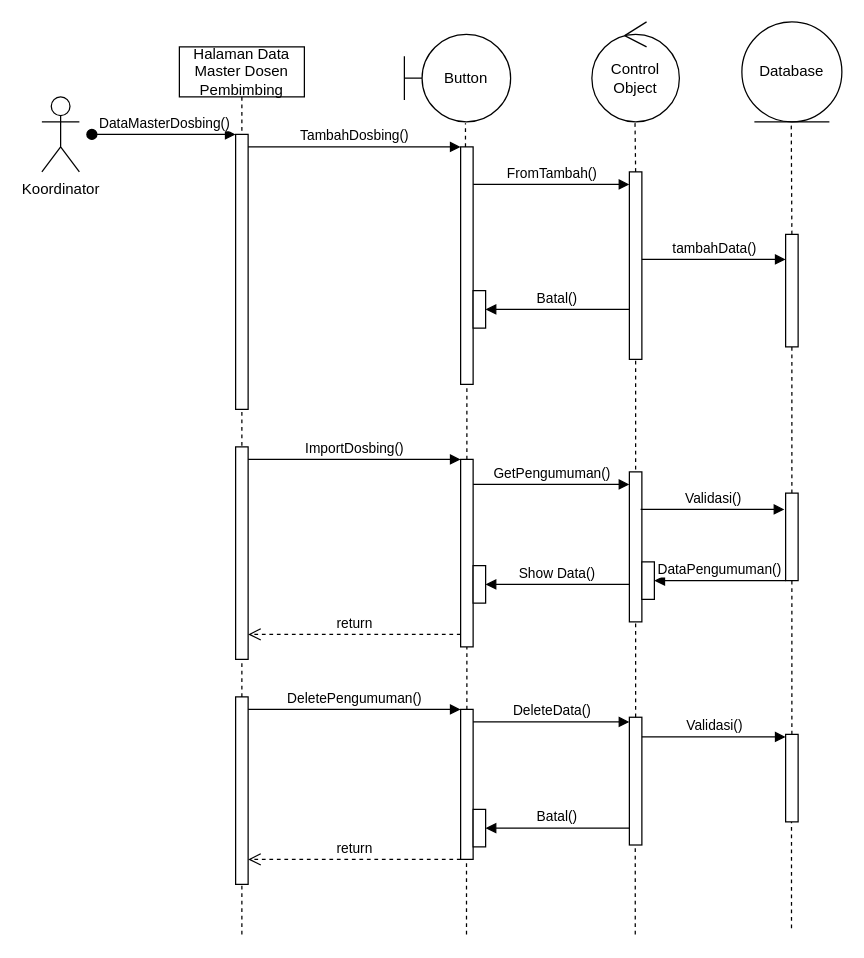
The draw.io diagram Website Bimbingan Online/Activity Diagram/Data Dosen Pembimbing.drawio in BagusCPaste/draw.io, before the edit. Source tidied: cells renumbered, new cells numbered last; positions are measured from the earlier drawing's top-left corner, leaving out a move shared by most shapes. Both pictures are drawn from the tidied source at 125%, with x=0, y=0 at pixel (41, 21).
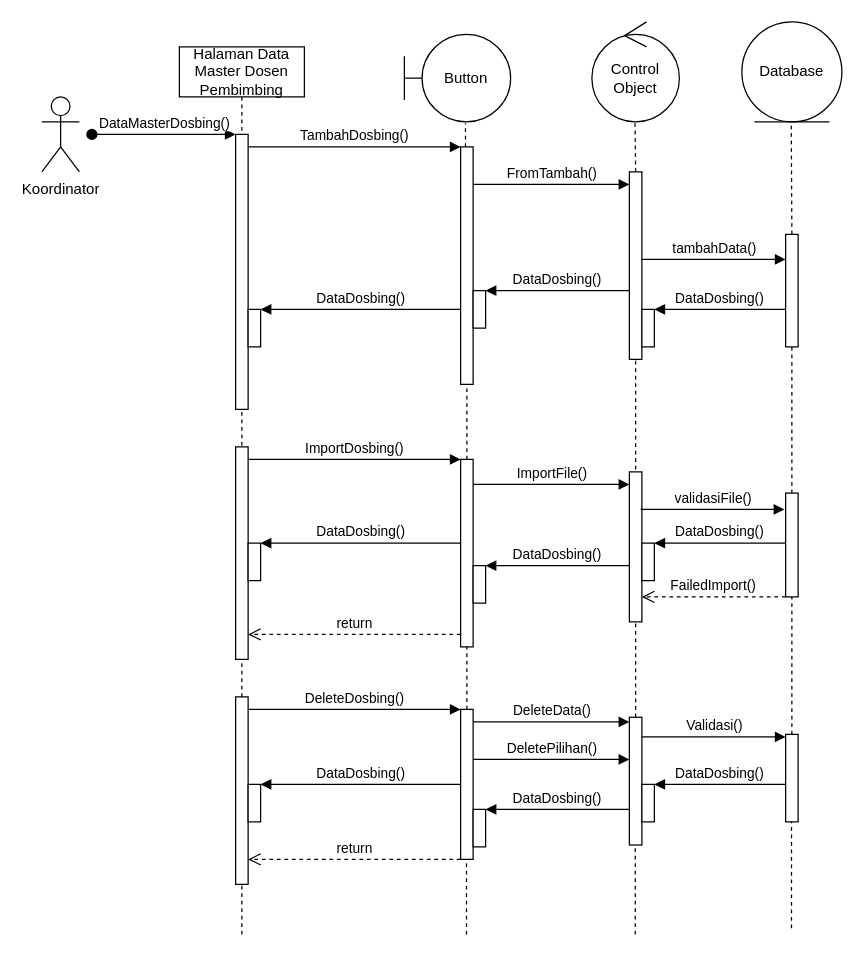
Above is the later version.

The change refers to these unchanged cells:
```xml
<mxCell id="2" value="Halaman Data Master Dosen Pembimbing" style="shape=umlLifeline;perimeter=lifelinePerimeter;whiteSpace=wrap;html=1;newEdgeStyle={&quot;edgeStyle&quot;:&quot;elbowEdgeStyle&quot;,&quot;elbow&quot;:&quot;vertical&quot;,&quot;curved&quot;:0,&quot;rounded&quot;:0};" parent="1" vertex="1">
  <mxGeometry x="110" y="20" width="100" height="370" as="geometry" />
</mxCell>
<mxCell id="7" style="group;" parent="1" vertex="1">
  <mxGeometry x="440" width="70" height="370" as="geometry" />
</mxCell>
<mxCell id="21" style="html=1;points=[];perimeter=orthogonalPerimeter;outlineConnect=0;targetShapes=umlLifeline;portConstraint=eastwest;newEdgeStyle={&quot;edgeStyle&quot;:&quot;elbowEdgeStyle&quot;,&quot;elbow&quot;:&quot;vertical&quot;,&quot;curved&quot;:0,&quot;rounded&quot;:0};" parent="1" vertex="1">
  <mxGeometry x="335" y="350" width="10" height="150" as="geometry" />
</mxCell>
<mxCell id="43" style="html=1;points=[[0,0,0,0,5],[0,1,0,0,-5],[1,0,0,0,5],[1,1,0,0,-5]];perimeter=orthogonalPerimeter;outlineConnect=0;targetShapes=umlLifeline;portConstraint=eastwest;newEdgeStyle={&quot;curved&quot;:0,&quot;rounded&quot;:0};" parent="1" vertex="1">
  <mxGeometry x="345" y="215" width="10" height="30" as="geometry" />
</mxCell>
<mxCell id="47" style="html=1;points=[[0,0,0,0,5],[0,1,0,0,-5],[1,0,0,0,5],[1,1,0,0,-5]];perimeter=orthogonalPerimeter;outlineConnect=0;targetShapes=umlLifeline;portConstraint=eastwest;newEdgeStyle={&quot;curved&quot;:0,&quot;rounded&quot;:0};" parent="1" vertex="1">
  <mxGeometry x="345" y="435" width="10" height="30" as="geometry" />
</mxCell>
```

What changed in the source:
```diff
@@
+    <mxCell id="58" value="DataDosbing()" style="html=1;verticalAlign=bottom;endArrow=block;edgeStyle=elbowEdgeStyle;elbow=horizontal;curved=0;rounded=0;" parent="2" edge="1">
+      <mxGeometry relative="1" as="geometry">
+        <mxPoint x="225" y="210" as="sourcePoint" />
+        <mxPoint x="65" y="210" as="targetPoint" />
+        <Array as="points">
+          <mxPoint x="140" y="210" />
+        </Array>
+      </mxGeometry>
+    </mxCell>
+    <mxCell id="59" style="html=1;perimeter=orthogonalPerimeter;targetShapes=umlLifeline;newEdgeStyle={&quot;curved&quot;:0,&quot;rounded&quot;:0};" parent="2" vertex="1">
+      <mxGeometry x="55" y="210" width="10" height="30" as="geometry" />
+    </mxCell>
@@
+    <mxCell id="60" value="DataDosbing()" style="html=1;verticalAlign=bottom;endArrow=block;edgeStyle=elbowEdgeStyle;elbow=vertical;curved=0;rounded=0;" parent="7" edge="1">
+      <mxGeometry relative="1" as="geometry">
+        <mxPoint x="155" y="230" as="sourcePoint" />
+        <mxPoint x="50" y="230" as="targetPoint" />
+        <Array as="points">
+          <mxPoint x="125" y="230" />
+        </Array>
+      </mxGeometry>
+    </mxCell>
+    <mxCell id="61" style="html=1;perimeter=orthogonalPerimeter;targetShapes=umlLifeline;newEdgeStyle={&quot;curved&quot;:0,&quot;rounded&quot;:0};" parent="7" vertex="1">
+      <mxGeometry x="40" y="230" width="10" height="30" as="geometry" />
+    </mxCell>
@@
-    <mxCell id="18" value="Batal()" style="html=1;verticalAlign=bottom;endArrow=block;edgeStyle=elbowEdgeStyle;elbow=horizontal;curved=0;rounded=0;" parent="1" edge="1" target="43">
+    <mxCell id="18" value="DataDosbing()" style="html=1;verticalAlign=bottom;endArrow=block;edgeStyle=elbowEdgeStyle;elbow=horizontal;curved=0;rounded=0;" parent="1" edge="1">
       <mxGeometry relative="1" as="geometry">
-        <mxPoint x="470" y="230" as="sourcePoint" />
+        <mxPoint x="470" y="215" as="sourcePoint" />
+        <mxPoint x="355" y="215" as="targetPoint" />
         <Array as="points">
-          <mxPoint x="430" y="230" />
+          <mxPoint x="430" y="215" />
         </Array>
       </mxGeometry>
     </mxCell>
@@
     <mxCell id="30" style="html=1;points=[[0,0,0,0,5],[0,1,0,0,-5],[1,0,0,0,5],[1,1,0,0,-5]];perimeter=orthogonalPerimeter;outlineConnect=0;targetShapes=umlLifeline;portConstraint=eastwest;newEdgeStyle={&quot;curved&quot;:0,&quot;rounded&quot;:0};" parent="1" vertex="1">
-      <mxGeometry x="595" y="377" width="10" height="70" as="geometry" />
+      <mxGeometry x="595" y="377" width="10" height="83" as="geometry" />
     </mxCell>
@@
-    <mxCell id="33" value="DeletePengumuman()" style="html=1;verticalAlign=bottom;endArrow=block;edgeStyle=elbowEdgeStyle;elbow=vertical;curved=0;rounded=0;" parent="1" edge="1">
+    <mxCell id="33" value="DeleteDosbing()" style="html=1;verticalAlign=bottom;endArrow=block;edgeStyle=elbowEdgeStyle;elbow=vertical;curved=0;rounded=0;" parent="1" edge="1">
       <mxGeometry relative="1" as="geometry">
         <mxPoint x="165" y="550" as="sourcePoint" />
         <mxPoint x="335" y="550" as="targetPoint" />
         <Array as="points">
           <mxPoint x="250" y="550" />
         </Array>
       </mxGeometry>
     </mxCell>
@@
-    <mxCell id="46" value="Show Data()" style="html=1;verticalAlign=bottom;endArrow=block;edgeStyle=elbowEdgeStyle;elbow=horizontal;curved=0;rounded=0;" parent="1" edge="1" target="47">
+    <mxCell id="46" value="DataDosbing()" style="html=1;verticalAlign=bottom;endArrow=block;edgeStyle=elbowEdgeStyle;elbow=horizontal;curved=0;rounded=0;" parent="1" edge="1">
       <mxGeometry relative="1" as="geometry">
-        <mxPoint x="470" y="450" as="sourcePoint" />
+        <mxPoint x="470" y="435" as="sourcePoint" />
+        <mxPoint x="355" y="435" as="targetPoint" />
         <Array as="points">
-          <mxPoint x="430" y="450" />
+          <mxPoint x="430" y="435" />
         </Array>
       </mxGeometry>
     </mxCell>
@@
-    <mxCell id="48" value="Batal()" style="html=1;verticalAlign=bottom;endArrow=block;edgeStyle=elbowEdgeStyle;elbow=vertical;curved=0;rounded=0;" parent="1" edge="1" target="49">
-      <mxGeometry relative="1" as="geometry">
-        <mxPoint x="470" y="645" as="sourcePoint" />
-        <Array as="points">
-          <mxPoint x="430" y="645" />
-        </Array>
-      </mxGeometry>
-    </mxCell>
-    <mxCell id="49" style="html=1;points=[[0,0,0,0,5],[0,1,0,0,-5],[1,0,0,0,5],[1,1,0,0,-5]];perimeter=orthogonalPerimeter;outlineConnect=0;targetShapes=umlLifeline;portConstraint=eastwest;newEdgeStyle={&quot;curved&quot;:0,&quot;rounded&quot;:0};" parent="1" vertex="1">
-      <mxGeometry x="345" y="630" width="10" height="30" as="geometry" />
-    </mxCell>
-    <mxCell id="50" value="DataPengumuman()" style="html=1;verticalAlign=bottom;endArrow=block;edgeStyle=elbowEdgeStyle;elbow=vertical;curved=0;rounded=0;" parent="1" edge="1" target="51">
+    <mxCell id="50" value="DataDosbing()" style="html=1;verticalAlign=bottom;endArrow=block;edgeStyle=elbowEdgeStyle;elbow=vertical;curved=0;rounded=0;" parent="1" edge="1">
       <mxGeometry relative="1" as="geometry">
-        <mxPoint x="595" y="447" as="sourcePoint" />
+        <mxPoint x="595" y="417" as="sourcePoint" />
+        <mxPoint x="490" y="417" as="targetPoint" />
         <Array as="points">
-          <mxPoint x="565" y="447" />
+          <mxPoint x="565" y="417" />
         </Array>
       </mxGeometry>
     </mxCell>
     <mxCell id="51" style="html=1;points=[[0,0,0,0,5],[0,1,0,0,-5],[1,0,0,0,5],[1,1,0,0,-5]];perimeter=orthogonalPerimeter;outlineConnect=0;targetShapes=umlLifeline;portConstraint=eastwest;newEdgeStyle={&quot;curved&quot;:0,&quot;rounded&quot;:0};" parent="1" vertex="1">
-      <mxGeometry x="480" y="432" width="10" height="30" as="geometry" />
+      <mxGeometry x="480" y="417" width="10" height="30" as="geometry" />
     </mxCell>
@@
-    <mxCell id="54" value="Validasi()" style="html=1;verticalAlign=bottom;endArrow=block;edgeStyle=elbowEdgeStyle;elbow=vertical;curved=0;rounded=0;" parent="1" edge="1">
+    <mxCell id="54" value="validasiFile()" style="html=1;verticalAlign=bottom;endArrow=block;edgeStyle=elbowEdgeStyle;elbow=vertical;curved=0;rounded=0;" parent="1" edge="1">
       <mxGeometry relative="1" as="geometry">
         <mxPoint x="479" y="390" as="sourcePoint" />
         <mxPoint x="594" y="390" as="targetPoint" />
         <Array as="points">
           <mxPoint x="562" y="390" />
         </Array>
       </mxGeometry>
     </mxCell>
-    <mxCell id="55" value="GetPengumuman()" style="html=1;verticalAlign=bottom;endArrow=block;edgeStyle=elbowEdgeStyle;elbow=vertical;curved=0;rounded=0;" parent="1" edge="1">
+    <mxCell id="55" value="ImportFile()" style="html=1;verticalAlign=bottom;endArrow=block;edgeStyle=elbowEdgeStyle;elbow=vertical;curved=0;rounded=0;" parent="1" edge="1">
       <mxGeometry relative="1" as="geometry">
         <mxPoint x="345" y="370" as="sourcePoint" />
         <mxPoint x="470" y="370" as="targetPoint" />
         <Array as="points">
           <mxPoint x="418" y="370" />
         </Array>
       </mxGeometry>
     </mxCell>
@@
-    <mxCell id="57" value="DeleteData()" style="html=1;verticalAlign=bottom;endArrow=block;edgeStyle=elbowEdgeStyle;elbow=horizontal;curved=0;rounded=0;" parent="1" edge="1">
+    <mxCell id="57" value="DeleteData()" style="html=1;verticalAlign=bottom;endArrow=block;edgeStyle=elbowEdgeStyle;elbow=vertical;curved=0;rounded=0;" parent="1" edge="1">
       <mxGeometry relative="1" as="geometry">
         <mxPoint x="345" y="560" as="sourcePoint" />
         <mxPoint x="470" y="560" as="targetPoint" />
         <Array as="points">
           <mxPoint x="418" y="560" />
         </Array>
       </mxGeometry>
     </mxCell>
+    <mxCell id="62" value="DataDosbing()" style="html=1;verticalAlign=bottom;endArrow=block;edgeStyle=elbowEdgeStyle;elbow=horizontal;curved=0;rounded=0;" parent="1" edge="1" source="21">
+      <mxGeometry relative="1" as="geometry">
+        <mxPoint x="175" y="417" as="targetPoint" />
+        <Array as="points">
+          <mxPoint x="250" y="417" />
+        </Array>
+      </mxGeometry>
+    </mxCell>
+    <mxCell id="63" style="html=1;perimeter=orthogonalPerimeter;targetShapes=umlLifeline;newEdgeStyle={&quot;curved&quot;:0,&quot;rounded&quot;:0};" parent="1" vertex="1">
+      <mxGeometry x="165" y="417" width="10" height="30" as="geometry" />
+    </mxCell>
+    <mxCell id="64" value="FailedImport()" style="html=1;verticalAlign=bottom;endArrow=open;dashed=1;endSize=8;edgeStyle=elbowEdgeStyle;elbow=vertical;curved=0;rounded=0;" parent="1" edge="1">
+      <mxGeometry relative="1" as="geometry">
+        <mxPoint x="595" y="460" as="sourcePoint" />
+        <mxPoint x="480" y="460" as="targetPoint" />
+      </mxGeometry>
+    </mxCell>
+    <mxCell id="65" value="DataDosbing()" style="html=1;verticalAlign=bottom;endArrow=block;edgeStyle=elbowEdgeStyle;elbow=horizontal;curved=0;rounded=0;" parent="1" edge="1">
+      <mxGeometry relative="1" as="geometry">
+        <mxPoint x="470" y="630" as="sourcePoint" />
+        <mxPoint x="355" y="630" as="targetPoint" />
+        <Array as="points">
+          <mxPoint x="430" y="630" />
+        </Array>
+      </mxGeometry>
+    </mxCell>
+    <mxCell id="49" style="html=1;points=[[0,0,0,0,5],[0,1,0,0,-5],[1,0,0,0,5],[1,1,0,0,-5]];perimeter=orthogonalPerimeter;outlineConnect=0;targetShapes=umlLifeline;portConstraint=eastwest;newEdgeStyle={&quot;curved&quot;:0,&quot;rounded&quot;:0};" parent="1" vertex="1">
+      <mxGeometry x="345" y="630" width="10" height="30" as="geometry" />
+    </mxCell>
+    <mxCell id="66" value="DataDosbing()" style="html=1;verticalAlign=bottom;endArrow=block;edgeStyle=elbowEdgeStyle;elbow=horizontal;curved=0;rounded=0;" parent="1" edge="1">
+      <mxGeometry relative="1" as="geometry">
+        <mxPoint x="335" y="610" as="sourcePoint" />
+        <mxPoint x="175" y="610" as="targetPoint" />
+        <Array as="points">
+          <mxPoint x="250" y="610" />
+        </Array>
+      </mxGeometry>
+    </mxCell>
+    <mxCell id="67" style="html=1;perimeter=orthogonalPerimeter;targetShapes=umlLifeline;newEdgeStyle={&quot;curved&quot;:0,&quot;rounded&quot;:0};" parent="1" vertex="1">
+      <mxGeometry x="165" y="610" width="10" height="30" as="geometry" />
+    </mxCell>
+    <mxCell id="68" value="DataDosbing()" style="html=1;verticalAlign=bottom;endArrow=block;edgeStyle=elbowEdgeStyle;elbow=vertical;curved=0;rounded=0;" parent="1" edge="1">
+      <mxGeometry relative="1" as="geometry">
+        <mxPoint x="595" y="610" as="sourcePoint" />
+        <mxPoint x="490" y="610" as="targetPoint" />
+        <Array as="points">
+          <mxPoint x="565" y="610" />
+        </Array>
+      </mxGeometry>
+    </mxCell>
+    <mxCell id="69" style="html=1;perimeter=orthogonalPerimeter;targetShapes=umlLifeline;newEdgeStyle={&quot;curved&quot;:0,&quot;rounded&quot;:0};" parent="1" vertex="1">
+      <mxGeometry x="480" y="610" width="10" height="30" as="geometry" />
+    </mxCell>
+    <mxCell id="70" value="DeletePilihan()" style="html=1;verticalAlign=bottom;endArrow=block;edgeStyle=elbowEdgeStyle;elbow=vertical;curved=0;rounded=0;" parent="1" edge="1">
+      <mxGeometry relative="1" as="geometry">
+        <mxPoint x="345" y="590" as="sourcePoint" />
+        <mxPoint x="470" y="590" as="targetPoint" />
+        <Array as="points">
+          <mxPoint x="418" y="590" />
+        </Array>
+      </mxGeometry>
+    </mxCell>
```
